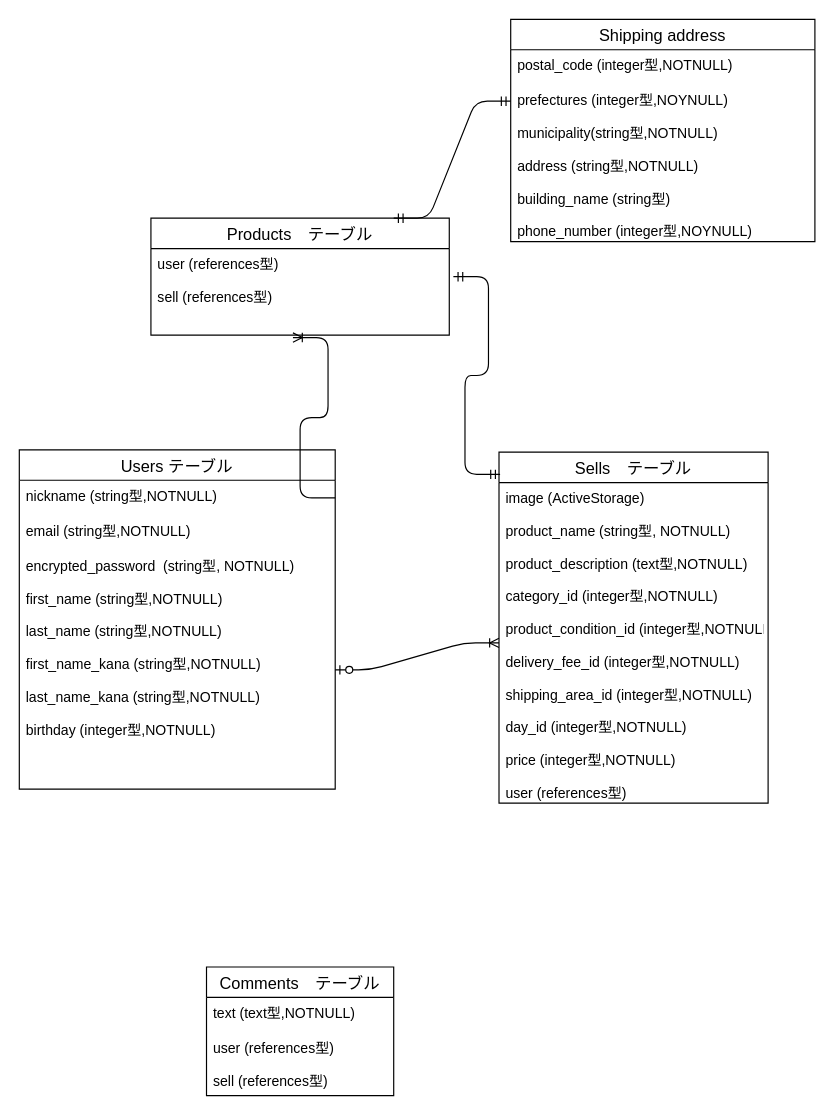
This is test.dio from takuro-1011/furima-33014, a draw.io file, before an edit. Source tidied: cells renumbered, new cells numbered last; positions are measured from the earlier drawing's top-left corner, leaving out a move shared by most shapes. Both pictures are drawn from the tidied source at 117%, with x=0, y=0 at pixel (19, 19).
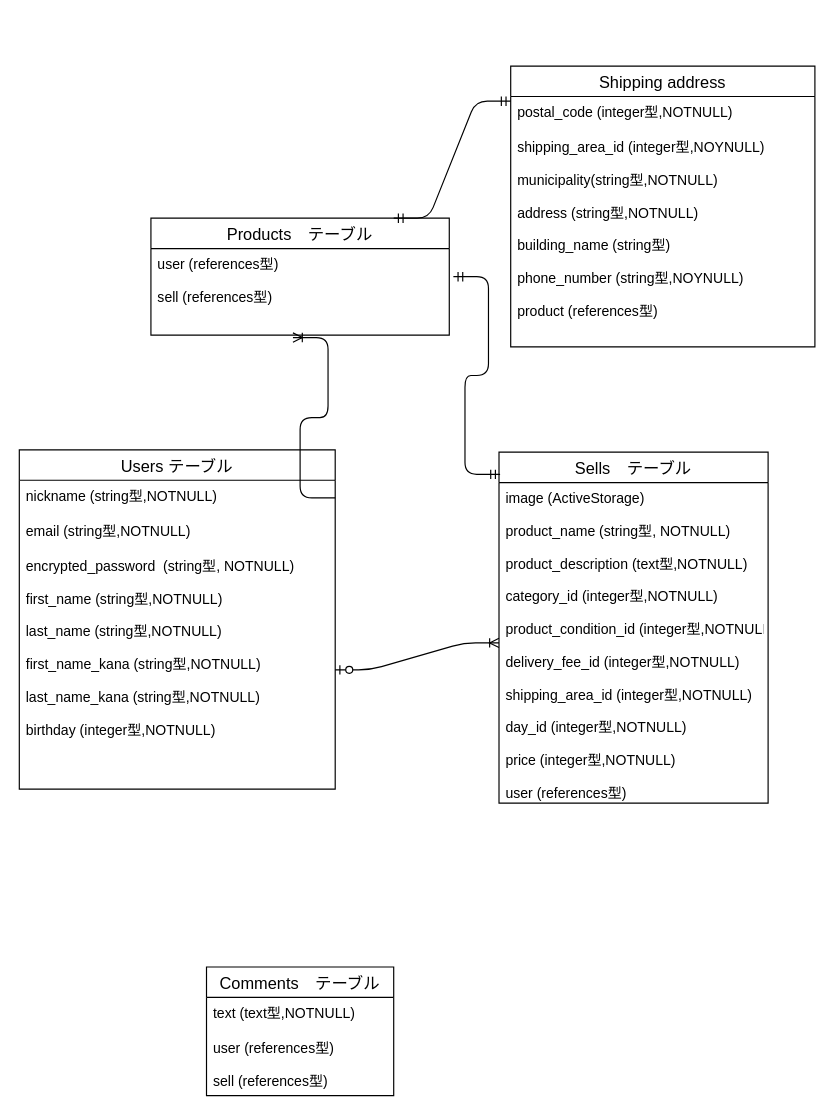
The same page after the edit.

Commit message (it also covers changes not shown here):
変更点修正5

What changed in the source:
```diff
@@
     <mxCell id="15" value="Shipping address" style="swimlane;fontStyle=0;horizontal=1;startSize=26;align=center;fontSize=14;" parent="1" vertex="1">
-      <mxGeometry x="420" width="260" height="190" as="geometry" />
+      <mxGeometry x="420" y="40" width="260" height="240" as="geometry" />
     </mxCell>
@@
-    <mxCell id="17" value="prefectures (integer型,NOYNULL)&#10;&#10;municipality(string型,NOTNULL)&#10;&#10;address (string型,NOTNULL)&#10;&#10;building_name (string型)&#10;&#10;phone_number (integer型,NOYNULL)&#10;" style="text;strokeColor=none;fillColor=none;spacingLeft=4;spacingRight=4;overflow=hidden;fontSize=12;" parent="15" vertex="1">
-      <mxGeometry y="56" width="260" height="134" as="geometry" />
+    <mxCell id="17" value="shipping_area_id (integer型,NOYNULL)&#10;&#10;municipality(string型,NOTNULL)&#10;&#10;address (string型,NOTNULL)&#10;&#10;building_name (string型)&#10;&#10;phone_number (string型,NOYNULL)&#10;&#10;product (references型)" style="text;strokeColor=none;fillColor=none;spacingLeft=4;spacingRight=4;overflow=hidden;fontSize=12;" parent="15" vertex="1">
+      <mxGeometry y="56" width="260" height="184" as="geometry" />
     </mxCell>
```
